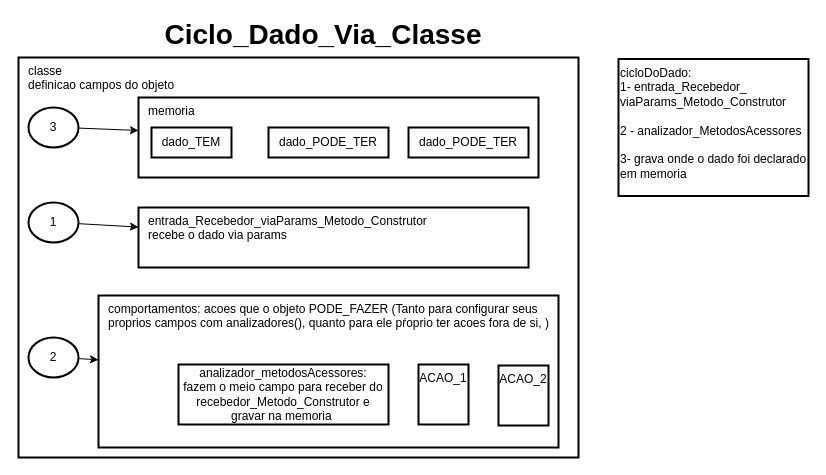
Above: _notas_/diagramas/ciclo.dado.drawio in rzjprogramador/java (draw.io), before the change. Source tidied: cells renumbered, new cells numbered last; positions are measured from the earlier drawing's top-left corner, leaving out a move shared by most shapes. Both pictures are drawn from the tidied source at 100%, with x=0, y=0 at pixel (18, 19).
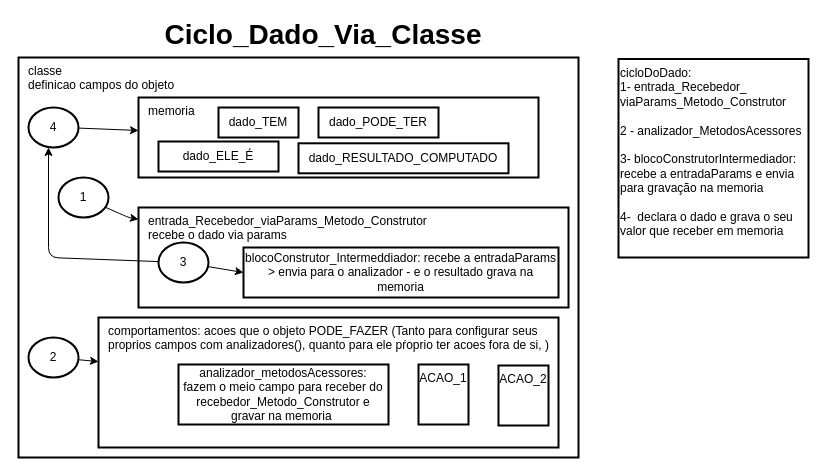
The same diagram, later.

Commit message (it also covers changes not shown here):
docs: diagrama cicloDado via classe

The edit, as a diff of the source:
```diff
@@
     <mxCell id="4" value="entrada_Recebedor_viaParams_Metodo_Construtor&amp;nbsp;&lt;br&gt;recebe o dado via params" style="text;html=1;align=left;verticalAlign=top;rounded=0;strokeColor=default;strokeWidth=2;whiteSpace=wrap;spacingLeft=8;" parent="1" vertex="1">
-      <mxGeometry x="120" y="188" width="390" height="60" as="geometry" />
+      <mxGeometry x="120" y="188" width="430" height="100" as="geometry" />
     </mxCell>
     <mxCell id="5" value="comportamentos: acoes que o objeto PODE_FAZER (Tanto para configurar seus proprios campos com analizadores(), quanto para ele pŕoprio ter acoes fora de si, )" style="text;html=1;align=left;verticalAlign=top;rounded=0;strokeColor=default;strokeWidth=2;whiteSpace=wrap;spacingLeft=8;" parent="1" vertex="1">
-      <mxGeometry x="80" y="276" width="460" height="152" as="geometry" />
+      <mxGeometry x="80" y="298" width="460" height="130" as="geometry" />
     </mxCell>
     <mxCell id="6" style="edgeStyle=none;html=1;" parent="1" edge="1" source="7" target="4">
-      <mxGeometry relative="1" as="geometry" />
+      <mxGeometry relative="1" as="geometry">
+        <Array as="points">
+          <mxPoint x="110" y="198" />
+        </Array>
+      </mxGeometry>
     </mxCell>
     <mxCell id="7" value="1" style="ellipse;whiteSpace=wrap;html=1;strokeColor=default;strokeWidth=2;" parent="1" vertex="1">
-      <mxGeometry x="10" y="183" width="50" height="40" as="geometry" />
+      <mxGeometry x="40" y="158" width="50" height="40" as="geometry" />
     </mxCell>
@@
-    <mxCell id="11" value="3" style="ellipse;whiteSpace=wrap;html=1;strokeColor=default;strokeWidth=2;" parent="1" vertex="1">
+    <mxCell id="11" value="4" style="ellipse;whiteSpace=wrap;html=1;strokeColor=default;strokeWidth=2;" parent="1" vertex="1">
       <mxGeometry x="10" y="88" width="50" height="40" as="geometry" />
     </mxCell>
     <mxCell id="12" value="dado_PODE_TER" style="text;html=1;align=center;verticalAlign=middle;whiteSpace=wrap;rounded=0;strokeColor=default;strokeWidth=2;fontSize=12;" parent="1" vertex="1">
-      <mxGeometry x="250" y="108" width="120" height="30" as="geometry" />
+      <mxGeometry x="300" y="88" width="120" height="30" as="geometry" />
     </mxCell>
     <mxCell id="13" value="dado_TEM" style="text;html=1;align=center;verticalAlign=middle;whiteSpace=wrap;rounded=0;strokeColor=default;strokeWidth=2;" parent="1" vertex="1">
-      <mxGeometry x="133" y="108" width="80" height="30" as="geometry" />
+      <mxGeometry x="200" y="88" width="80" height="30" as="geometry" />
     </mxCell>
-    <mxCell id="14" value="dado_PODE_TER" style="text;html=1;align=center;verticalAlign=middle;whiteSpace=wrap;rounded=0;strokeColor=default;strokeWidth=2;fontSize=12;" parent="1" vertex="1">
-      <mxGeometry x="390" y="108" width="120" height="30" as="geometry" />
+    <mxCell id="14" value="dado_ELE_É" style="text;html=1;align=center;verticalAlign=middle;whiteSpace=wrap;rounded=0;strokeColor=default;strokeWidth=2;fontSize=12;" parent="1" vertex="1">
+      <mxGeometry x="140" y="122" width="120" height="30" as="geometry" />
     </mxCell>
@@
-    <mxCell id="18" value="cicloDoDado:&lt;br&gt;1- entrada_Recebedor_&lt;br&gt;viaParams_Metodo_Construtor&lt;br&gt;&lt;br&gt;2 - analizador_MetodosAcessores&lt;br&gt;&lt;br&gt;3- grava onde o dado foi declarado em memoria" style="text;html=1;align=left;verticalAlign=top;whiteSpace=wrap;rounded=0;strokeColor=default;strokeWidth=2;" parent="1" vertex="1">
-      <mxGeometry x="600" y="39.5" width="190" height="137" as="geometry" />
+    <mxCell id="18" value="cicloDoDado:&lt;br&gt;1- entrada_Recebedor_&lt;br&gt;viaParams_Metodo_Construtor&lt;br&gt;&lt;br&gt;2 - analizador_MetodosAcessores&lt;br&gt;&lt;br&gt;3- blocoConstrutorIntermediador: recebe a entradaParams e envia para gravação na memoria&lt;br&gt;&lt;br&gt;4-&amp;nbsp; declara o dado e grava o seu valor que receber em memoria" style="text;html=1;align=left;verticalAlign=top;whiteSpace=wrap;rounded=0;strokeColor=default;strokeWidth=2;" parent="1" vertex="1">
+      <mxGeometry x="600" y="39.5" width="190" height="198.5" as="geometry" />
     </mxCell>
@@
+    <mxCell id="20" value="blocoConstrutor_Intermeddiador: recebe a entradaParams &amp;gt; envia para o analizador - e o resultado grava na memoria" style="text;html=1;align=center;verticalAlign=middle;whiteSpace=wrap;rounded=0;strokeColor=default;strokeWidth=2;" parent="1" vertex="1">
+      <mxGeometry x="225" y="228" width="315" height="50" as="geometry" />
+    </mxCell>
+    <mxCell id="21" style="edgeStyle=none;html=1;fontSize=28;" parent="1" edge="1" source="23">
+      <mxGeometry relative="1" as="geometry">
+        <mxPoint x="30" y="128" as="targetPoint" />
+        <Array as="points">
+          <mxPoint x="30" y="238" />
+        </Array>
+      </mxGeometry>
+    </mxCell>
+    <mxCell id="22" style="edgeStyle=none;html=1;entryX=0;entryY=0.5;entryDx=0;entryDy=0;fontSize=28;" parent="1" edge="1" source="23" target="20">
+      <mxGeometry relative="1" as="geometry" />
+    </mxCell>
+    <mxCell id="23" value="3" style="ellipse;whiteSpace=wrap;html=1;strokeColor=default;strokeWidth=2;" parent="1" vertex="1">
+      <mxGeometry x="140" y="223" width="50" height="40" as="geometry" />
+    </mxCell>
+    <mxCell id="24" value="dado_RESULTADO_COMPUTADO" style="text;html=1;align=center;verticalAlign=middle;whiteSpace=wrap;rounded=0;strokeColor=default;strokeWidth=2;fontSize=12;" parent="1" vertex="1">
+      <mxGeometry x="280" y="123.8" width="210" height="30" as="geometry" />
+    </mxCell>
```
